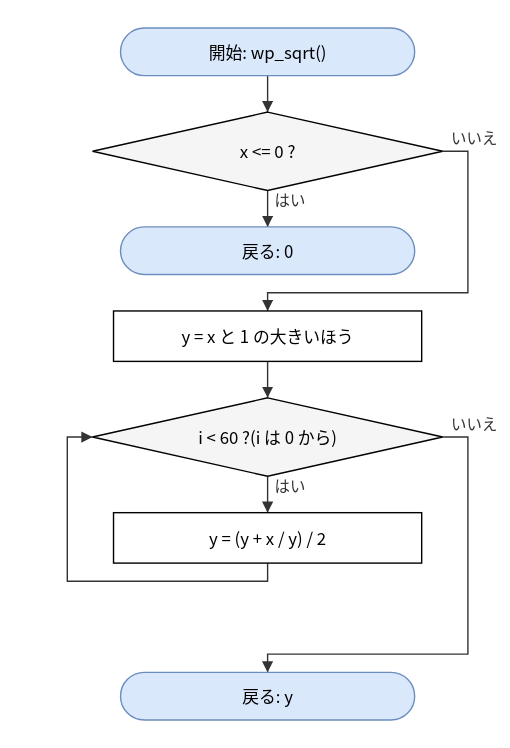
Above: doc/spec/images/flow_test_bfm_test-wp_sqrt.drawio.svg in hf355051012-ai/bfmem (draw.io), before the change. Source tidied: cells renumbered, new cells last; positions are measured from the earlier drawing's top-left corner, leaving out a move shared by most shapes.
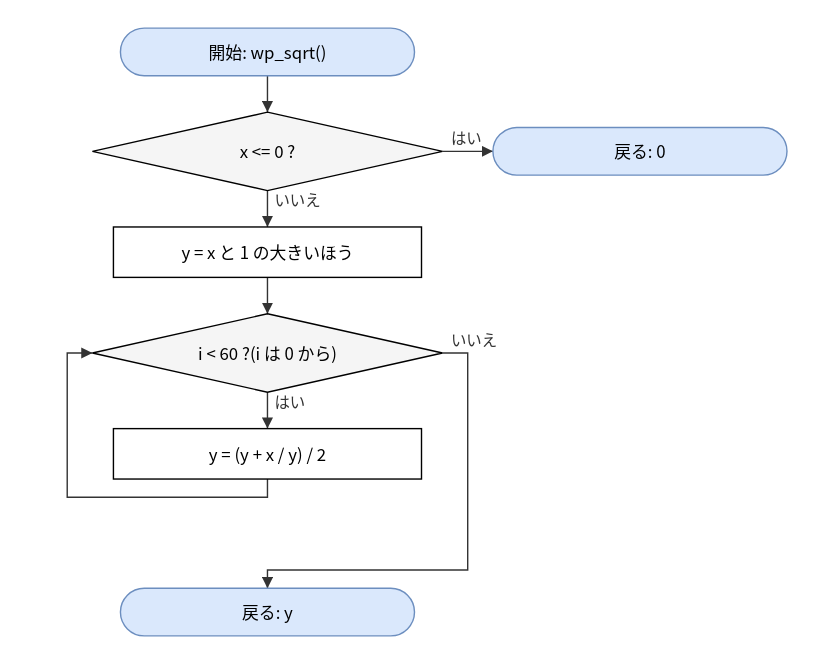
After the change.

What changed in the source:
```diff
@@ -3,13 +3,13 @@
     <mxCell id="0" />
     <mxCell id="1" parent="0" />
     <mxCell id="2" value="開始: wp_sqrt()" style="rounded=1;arcSize=50;whiteSpace=wrap;html=1;fillColor=#dae8fc;strokeColor=#6c8ebf;" parent="1" vertex="1">
-      <mxGeometry x="38" width="210" height="34" as="geometry" />
+      <mxGeometry x="38" y="60" width="210" height="34" as="geometry" />
     </mxCell>
     <mxCell id="3" value="x &amp;lt;= 0 ?" style="rhombus;whiteSpace=wrap;html=1;fillColor=#f5f5f5;" parent="1" vertex="1">
-      <mxGeometry x="18" y="60" width="250" height="56" as="geometry" />
+      <mxGeometry x="18" y="120" width="250" height="56" as="geometry" />
     </mxCell>
     <mxCell id="4" value="戻る: 0" style="rounded=1;arcSize=50;whiteSpace=wrap;html=1;fillColor=#dae8fc;strokeColor=#6c8ebf;" parent="1" vertex="1">
-      <mxGeometry x="38" y="142" width="210" height="34" as="geometry" />
+      <mxGeometry x="304" y="131" width="210" height="34" as="geometry" />
     </mxCell>
     <mxCell id="5" value="y = x と 1 の大きいほう" style="rounded=0;whiteSpace=wrap;html=1;" parent="1" vertex="1">
       <mxGeometry x="33" y="202" width="220" height="36" as="geometry" />
@@ -26,17 +26,11 @@
     <mxCell id="9" style="edgeStyle=none;html=1;rounded=0;endArrow=block;endFill=1;exitX=0.5000;exitY=1.0000;exitDx=0;exitDy=0;exitPerimeter=0;entryX=0.5000;entryY=0.0000;entryDx=0;entryDy=0;entryPerimeter=0;" parent="1" edge="1" source="2" target="3">
       <mxGeometry relative="1" as="geometry" />
     </mxCell>
-    <mxCell id="10" value="はい" style="edgeStyle=none;html=1;rounded=0;endArrow=block;endFill=1;exitX=0.5000;exitY=1.0000;exitDx=0;exitDy=0;exitPerimeter=0;entryX=0.5000;entryY=0.0000;entryDx=0;entryDy=0;entryPerimeter=0;" parent="1" edge="1" source="3" target="4">
+    <mxCell id="10" value="はい" style="edgeStyle=none;html=1;rounded=0;endArrow=block;endFill=1;exitX=1.0000;exitY=0.5000;exitDx=0;exitDy=0;exitPerimeter=0;entryX=0.0000;entryY=0.5000;entryDx=0;entryDy=0;entryPerimeter=0;" parent="1" edge="1" source="3" target="4">
       <mxGeometry relative="1" as="geometry" />
     </mxCell>
-    <mxCell id="11" value="いいえ" style="edgeStyle=none;html=1;rounded=0;endArrow=block;endFill=1;exitX=1.0000;exitY=0.5000;exitDx=0;exitDy=0;exitPerimeter=0;entryX=0.5000;entryY=0.0000;entryDx=0;entryDy=0;entryPerimeter=0;" parent="1" edge="1" source="3" target="5">
-      <mxGeometry relative="1" as="geometry">
-        <Array as="points">
-          <mxPoint x="286" y="88" />
-          <mxPoint x="286" y="189" />
-          <mxPoint x="143" y="189" />
-        </Array>
-      </mxGeometry>
+    <mxCell id="11" value="いいえ" style="edgeStyle=none;html=1;rounded=0;endArrow=block;endFill=1;exitX=0.5000;exitY=1.0000;exitDx=0;exitDy=0;exitPerimeter=0;entryX=0.5000;entryY=0.0000;entryDx=0;entryDy=0;entryPerimeter=0;" parent="1" edge="1" source="3" target="5">
+      <mxGeometry relative="1" as="geometry" />
     </mxCell>
     <mxCell id="12" style="edgeStyle=none;html=1;rounded=0;endArrow=block;endFill=1;exitX=0.5000;exitY=1.0000;exitDx=0;exitDy=0;exitPerimeter=0;entryX=0.5000;entryY=0.0000;entryDx=0;entryDy=0;entryPerimeter=0;" parent="1" edge="1" source="5" target="6">
       <mxGeometry relative="1" as="geometry" />
```
